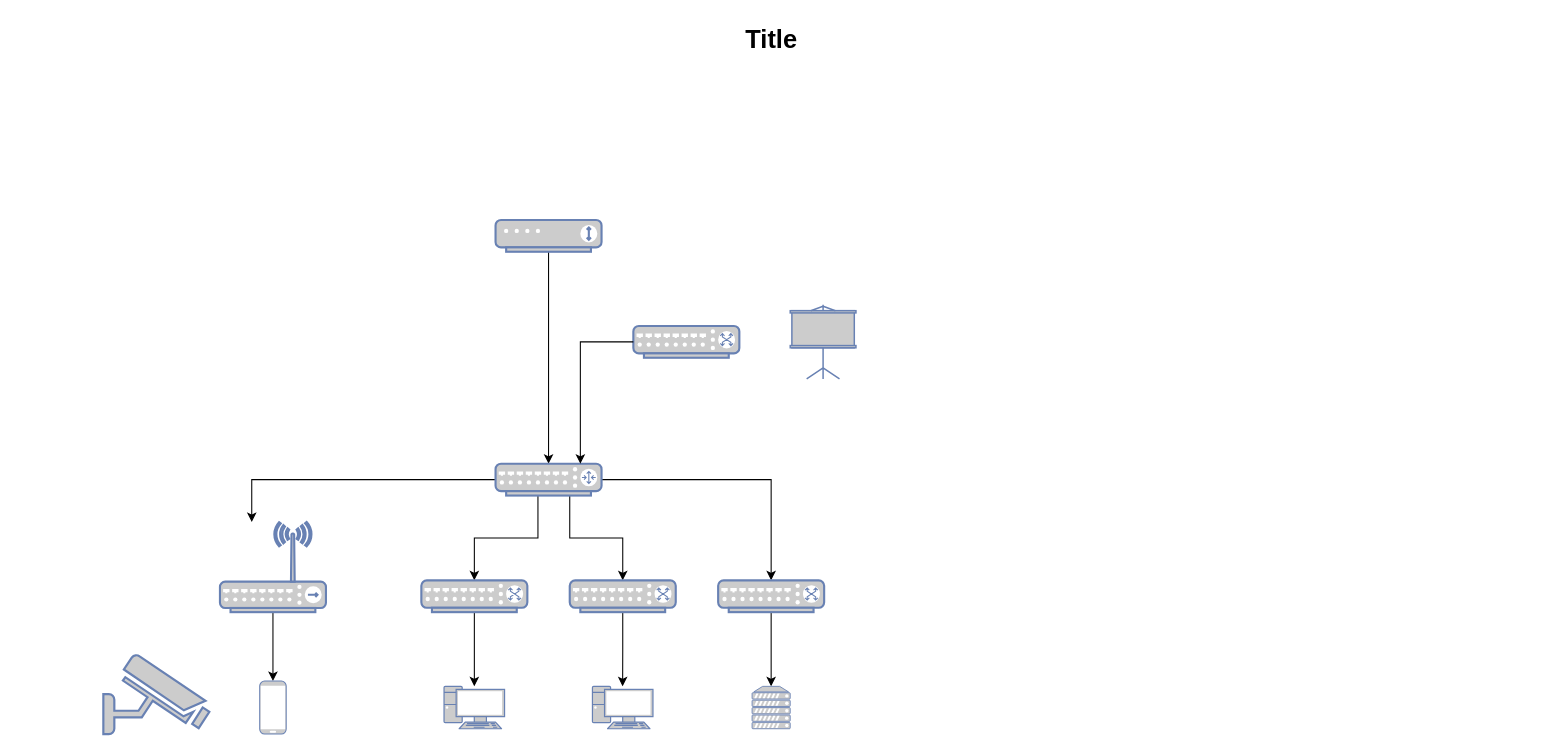
The draw.io diagram HomeTopology.drawio in DingJinlin/draw.io, before the edit. Source tidied: cells renumbered, new cells numbered last; positions are measured from the earlier drawing's top-left corner, leaving out a move shared by most shapes. Both pictures are drawn from the tidied source at 106%, with x=0, y=0 at pixel (18, 18).
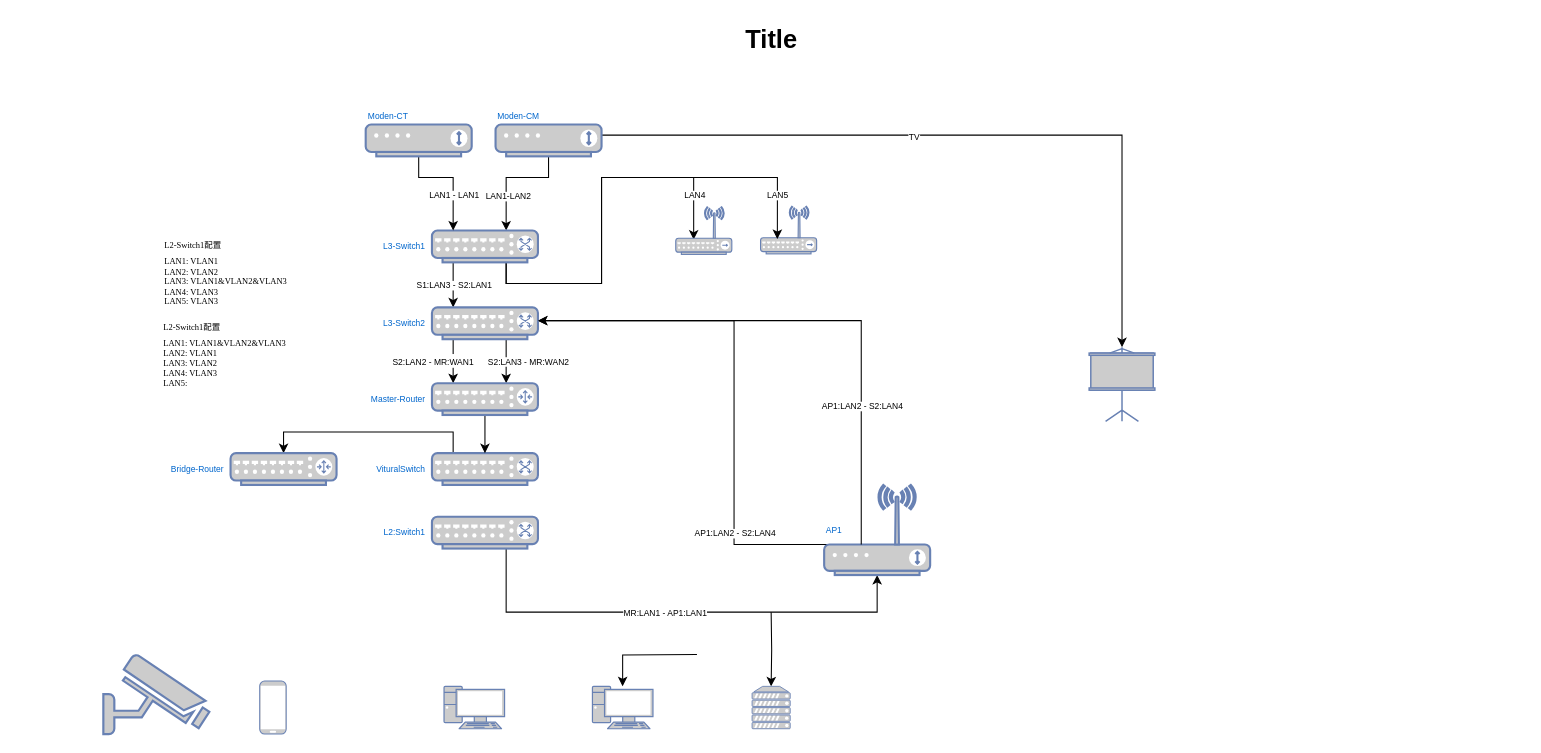
The same page after the edit.

Unchanged cells that the change refers to:
```xml
<mxCell id="5" style="fontColor=#0066CC;verticalAlign=top;verticalLabelPosition=bottom;labelPosition=center;align=center;html=1;outlineConnect=0;fillColor=#CCCCCC;strokeColor=#6881B3;gradientColor=none;gradientDirection=north;strokeWidth=2;shape=mxgraph.networks.pc;" parent="1" vertex="1">
  <mxGeometry x="401.4" y="630" width="57.1" height="40" as="geometry" />
</mxCell>
<mxCell id="16" style="fontColor=#0066CC;verticalAlign=top;verticalLabelPosition=bottom;labelPosition=center;align=center;html=1;outlineConnect=0;fillColor=#CCCCCC;strokeColor=#6881B3;gradientColor=none;gradientDirection=north;strokeWidth=2;shape=mxgraph.networks.server;" parent="1" vertex="1">
  <mxGeometry x="692" y="630" width="36" height="40" as="geometry" />
</mxCell>
<mxCell id="19" style="fontColor=#0066CC;verticalAlign=top;verticalLabelPosition=bottom;labelPosition=center;align=center;html=1;outlineConnect=0;fillColor=#CCCCCC;strokeColor=#6881B3;gradientColor=none;gradientDirection=north;strokeWidth=2;shape=mxgraph.networks.pc;" parent="1" vertex="1">
  <mxGeometry x="541.4" y="630" width="57.1" height="40" as="geometry" />
</mxCell>
<mxCell id="21" style="fontColor=#0066CC;verticalAlign=top;verticalLabelPosition=bottom;labelPosition=center;align=center;html=1;outlineConnect=0;fillColor=#CCCCCC;strokeColor=#6881B3;gradientColor=none;gradientDirection=north;strokeWidth=2;shape=mxgraph.networks.mobile;" parent="1" vertex="1">
  <mxGeometry x="227.5" y="625" width="25" height="50" as="geometry" />
</mxCell>
```

The edit, as a diff of the source:
```diff
@@
-    <mxCell id="3" style="edgeStyle=orthogonalEdgeStyle;rounded=0;jettySize=auto;html=1;" parent="1" edge="1" source="4" target="11">
-      <mxGeometry relative="1" as="geometry" />
-    </mxCell>
+    <mxCell id="26" style="edgeStyle=orthogonalEdgeStyle;rounded=0;jettySize=auto;html=1;" parent="1" edge="1" source="4" target="24">
+      <mxGeometry relative="1" as="geometry">
+        <Array as="points">
+          <mxPoint x="1041" y="110" />
+        </Array>
+      </mxGeometry>
+    </mxCell>
+    <mxCell id="27" value="TV" style="edgeLabel;html=1;align=center;verticalAlign=middle;fontSize=8;" parent="26" vertex="1">
+      <mxGeometry x="-0.15" y="-1" relative="1" as="geometry" />
+    </mxCell>
+    <mxCell id="28" style="edgeStyle=orthogonalEdgeStyle;rounded=0;jettySize=auto;html=1;" parent="1" edge="1" source="4" target="22">
+      <mxGeometry relative="1" as="geometry">
+        <Array as="points">
+          <mxPoint x="500" y="150" />
+          <mxPoint x="460" y="150" />
+        </Array>
+      </mxGeometry>
+    </mxCell>
+    <mxCell id="29" value="LAN1-LAN2" style="edgeLabel;html=1;align=center;verticalAlign=middle;fontSize=8;" parent="28" vertex="1">
+      <mxGeometry x="0.4" y="1" relative="1" as="geometry" />
+    </mxCell>
-    <mxCell id="4" style="fontColor=#0066CC;verticalAlign=top;verticalLabelPosition=bottom;labelPosition=center;align=center;html=1;outlineConnect=0;fillColor=#CCCCCC;strokeColor=#6881B3;gradientColor=none;gradientDirection=north;strokeWidth=2;shape=mxgraph.networks.modem;" parent="1" vertex="1">
-      <mxGeometry x="450" y="190" width="100" height="30" as="geometry" />
+    <mxCell id="4" value="Moden-CM" style="fontColor=#0066CC;verticalAlign=bottom;verticalLabelPosition=top;labelPosition=center;align=left;html=1;outlineConnect=0;fillColor=#CCCCCC;strokeColor=#6881B3;gradientColor=none;gradientDirection=north;strokeWidth=2;shape=mxgraph.networks.modem;fontSize=8;" parent="1" vertex="1">
+      <mxGeometry x="450" y="100" width="100" height="30" as="geometry" />
     </mxCell>
@@
-    <mxCell id="6" style="edgeStyle=orthogonalEdgeStyle;rounded=0;jettySize=auto;html=1;entryX=0.5;entryY=0;entryDx=0;entryDy=0;entryPerimeter=0;" parent="1" edge="1" source="11" target="13">
-      <mxGeometry relative="1" as="geometry">
-        <Array as="points">
-          <mxPoint x="490" y="490" />
-          <mxPoint x="430" y="490" />
-        </Array>
-      </mxGeometry>
-    </mxCell>
-    <mxCell id="7" style="edgeStyle=orthogonalEdgeStyle;rounded=0;jettySize=auto;html=1;" parent="1" edge="1" source="11" target="15">
-      <mxGeometry relative="1" as="geometry">
-        <Array as="points">
-          <mxPoint x="220" y="435" />
-        </Array>
-      </mxGeometry>
-    </mxCell>
-    <mxCell id="8" style="edgeStyle=orthogonalEdgeStyle;rounded=0;jettySize=auto;html=1;" parent="1" edge="1" source="20" target="16">
-      <mxGeometry relative="1" as="geometry" />
+    <mxCell id="8" style="edgeStyle=orthogonalEdgeStyle;rounded=0;jettySize=auto;html=1;" parent="1" edge="1" target="16">
+      <mxGeometry relative="1" as="geometry">
+        <mxPoint x="710" y="560" as="sourcePoint" />
+      </mxGeometry>
     </mxCell>
-    <mxCell id="9" style="edgeStyle=orthogonalEdgeStyle;rounded=0;jettySize=auto;html=1;" parent="1" edge="1" source="11" target="18">
-      <mxGeometry relative="1" as="geometry">
-        <Array as="points">
-          <mxPoint x="520" y="490" />
-          <mxPoint x="570" y="490" />
-        </Array>
-      </mxGeometry>
-    </mxCell>
-    <mxCell id="10" style="edgeStyle=orthogonalEdgeStyle;rounded=0;jettySize=auto;html=1;" parent="1" edge="1" source="11" target="20">
-      <mxGeometry relative="1" as="geometry" />
-    </mxCell>
-    <mxCell id="11" style="fontColor=#0066CC;verticalAlign=top;verticalLabelPosition=bottom;labelPosition=center;align=center;html=1;outlineConnect=0;fillColor=#CCCCCC;strokeColor=#6881B3;gradientColor=none;gradientDirection=north;strokeWidth=2;shape=mxgraph.networks.router;" parent="1" vertex="1">
-      <mxGeometry x="450" y="420" width="100" height="30" as="geometry" />
-    </mxCell>
-    <mxCell id="12" style="edgeStyle=orthogonalEdgeStyle;rounded=0;jettySize=auto;html=1;" parent="1" edge="1" source="13" target="5">
-      <mxGeometry relative="1" as="geometry" />
-    </mxCell>
-    <mxCell id="13" style="fontColor=#0066CC;verticalAlign=top;verticalLabelPosition=bottom;labelPosition=center;align=center;html=1;outlineConnect=0;fillColor=#CCCCCC;strokeColor=#6881B3;gradientColor=none;gradientDirection=north;strokeWidth=2;shape=mxgraph.networks.switch;" parent="1" vertex="1">
-      <mxGeometry x="380" y="530" width="100" height="30" as="geometry" />
-    </mxCell>
-    <mxCell id="14" style="edgeStyle=orthogonalEdgeStyle;rounded=0;jettySize=auto;html=1;" parent="1" edge="1" source="15" target="21">
-      <mxGeometry relative="1" as="geometry" />
-    </mxCell>
+    <mxCell id="30" style="edgeStyle=orthogonalEdgeStyle;rounded=0;jettySize=auto;html=1;" parent="1" edge="1" target="53">
+      <mxGeometry relative="1" as="geometry">
+        <mxPoint x="410" y="300" as="sourcePoint" />
+        <Array as="points">
+          <mxPoint x="410" y="320" />
+          <mxPoint x="410" y="320" />
+        </Array>
+      </mxGeometry>
+    </mxCell>
+    <mxCell id="31" value="&lt;font style=&quot;font-size: 8px;&quot;&gt;S2:LAN2 - MR:WAN1&lt;/font&gt;" style="edgeLabel;html=1;align=center;verticalAlign=middle;fontSize=11;" parent="30" vertex="1">
+      <mxGeometry x="-0.02" relative="1" as="geometry">
+        <mxPoint x="-20" as="offset" />
+      </mxGeometry>
+    </mxCell>
+    <mxCell id="32" style="edgeStyle=orthogonalEdgeStyle;rounded=0;jettySize=auto;html=1;" parent="1" edge="1" target="53">
+      <mxGeometry relative="1" as="geometry">
+        <mxPoint x="460" y="300" as="sourcePoint" />
+        <Array as="points">
+          <mxPoint x="460" y="310" />
+          <mxPoint x="460" y="310" />
+        </Array>
+      </mxGeometry>
+    </mxCell>
+    <mxCell id="33" value="S2:LAN3 - MR:WAN2" style="edgeLabel;html=1;align=center;verticalAlign=middle;fontSize=8;" parent="32" vertex="1">
+      <mxGeometry x="-0.1" y="1" relative="1" as="geometry">
+        <mxPoint x="19" y="3" as="offset" />
+      </mxGeometry>
+    </mxCell>
+    <mxCell id="34" style="edgeStyle=orthogonalEdgeStyle;rounded=0;jettySize=auto;html=1;exitX=0.35;exitY=0.66;exitDx=0;exitDy=0;exitPerimeter=0;" parent="1" edge="1" source="46" target="54">
+      <mxGeometry relative="1" as="geometry">
+        <Array as="points">
+          <mxPoint x="675" y="285" />
+        </Array>
+      </mxGeometry>
+    </mxCell>
+    <mxCell id="35" value="AP1:LAN2 - S2:LAN4" style="edgeLabel;html=1;align=center;verticalAlign=middle;fontSize=8;" parent="34" vertex="1">
+      <mxGeometry x="-0.52" relative="1" as="geometry">
+        <mxPoint y="-7" as="offset" />
+      </mxGeometry>
+    </mxCell>
+    <mxCell id="36" style="edgeStyle=orthogonalEdgeStyle;rounded=0;jettySize=auto;html=1;" parent="1" edge="1" source="56" target="46">
+      <mxGeometry relative="1" as="geometry">
+        <Array as="points">
+          <mxPoint x="460" y="560" />
+          <mxPoint x="810" y="560" />
+        </Array>
+      </mxGeometry>
+    </mxCell>
+    <mxCell id="37" value="MR:LAN1 - AP1:LAN1" style="edgeLabel;html=1;align=center;verticalAlign=middle;fontSize=8;" parent="36" vertex="1">
+      <mxGeometry x="0.01" relative="1" as="geometry">
+        <mxPoint x="-16" as="offset" />
+      </mxGeometry>
+    </mxCell>
-    <mxCell id="15" style="fontColor=#0066CC;verticalAlign=top;verticalLabelPosition=bottom;labelPosition=center;align=center;html=1;outlineConnect=0;fillColor=#CCCCCC;strokeColor=#6881B3;gradientColor=none;gradientDirection=north;strokeWidth=2;shape=mxgraph.networks.wireless_hub;" parent="1" vertex="1">
-      <mxGeometry x="190" y="475" width="100" height="85" as="geometry" />
+    <mxCell id="15" style="fontColor=#0066CC;verticalAlign=top;verticalLabelPosition=bottom;labelPosition=center;align=center;html=1;outlineConnect=0;fillColor=#CCCCCC;strokeColor=#6881B3;gradientColor=none;gradientDirection=north;strokeWidth=2;shape=mxgraph.networks.wireless_hub;points=[[0.02,0.94,0,0,0],[0.3,0.69,0,0,0],[0.5,1,0,0,0],[0.55,0,0,0,0],[0.82,0,0,0,0],[0.98,0.94,0,0,0],[1,0.7,0,0,0]];" parent="1" vertex="1">
+      <mxGeometry x="700" y="177" width="52.9" height="45" as="geometry" />
     </mxCell>
@@
-    <mxCell id="17" style="edgeStyle=orthogonalEdgeStyle;rounded=0;jettySize=auto;html=1;exitX=0.5;exitY=1;exitDx=0;exitDy=0;exitPerimeter=0;" parent="1" edge="1" source="18" target="19">
-      <mxGeometry relative="1" as="geometry" />
+    <mxCell id="17" style="edgeStyle=orthogonalEdgeStyle;rounded=0;jettySize=auto;html=1;" parent="1" edge="1" target="19">
+      <mxGeometry relative="1" as="geometry">
+        <mxPoint x="640" y="600" as="sourcePoint" />
+      </mxGeometry>
     </mxCell>
+    <mxCell id="38" style="edgeStyle=orthogonalEdgeStyle;rounded=0;jettySize=auto;html=1;" parent="1" edge="1" source="18" target="55">
+      <mxGeometry relative="1" as="geometry">
+        <Array as="points">
+          <mxPoint x="410" y="390" />
+          <mxPoint x="250" y="390" />
+        </Array>
+      </mxGeometry>
+    </mxCell>
-    <mxCell id="18" style="fontColor=#0066CC;verticalAlign=top;verticalLabelPosition=bottom;labelPosition=center;align=center;html=1;outlineConnect=0;fillColor=#CCCCCC;strokeColor=#6881B3;gradientColor=none;gradientDirection=north;strokeWidth=2;shape=mxgraph.networks.switch;" parent="1" vertex="1">
-      <mxGeometry x="520" y="530" width="100" height="30" as="geometry" />
+    <mxCell id="18" value="VituralSwitch" style="fontColor=#0066CC;verticalAlign=middle;verticalLabelPosition=middle;labelPosition=left;align=right;html=1;outlineConnect=0;fillColor=#CCCCCC;strokeColor=#6881B3;gradientColor=none;gradientDirection=north;strokeWidth=2;shape=mxgraph.networks.switch;fontSize=8;spacingRight=5;" parent="1" vertex="1">
+      <mxGeometry x="390" y="410" width="100" height="30" as="geometry" />
     </mxCell>
@@
-    <mxCell id="20" style="fontColor=#0066CC;verticalAlign=top;verticalLabelPosition=bottom;labelPosition=center;align=center;html=1;outlineConnect=0;fillColor=#CCCCCC;strokeColor=#6881B3;gradientColor=none;gradientDirection=north;strokeWidth=2;shape=mxgraph.networks.switch;" parent="1" vertex="1">
-      <mxGeometry x="660" y="530" width="100" height="30" as="geometry" />
-    </mxCell>
@@
+    <mxCell id="39" style="edgeStyle=orthogonalEdgeStyle;rounded=0;jettySize=auto;html=1;entryX=0.32;entryY=0.69;entryDx=0;entryDy=0;entryPerimeter=0;" parent="1" edge="1" source="22" target="45">
+      <mxGeometry relative="1" as="geometry">
+        <Array as="points">
+          <mxPoint x="460" y="250" />
+          <mxPoint x="550" y="250" />
+          <mxPoint x="550" y="150" />
+          <mxPoint x="637" y="150" />
+        </Array>
+      </mxGeometry>
+    </mxCell>
+    <mxCell id="40" value="LAN4" style="edgeLabel;html=1;align=center;verticalAlign=middle;fontSize=8;" parent="39" vertex="1">
+      <mxGeometry x="0.72" y="1" relative="1" as="geometry">
+        <mxPoint y="7" as="offset" />
+      </mxGeometry>
+    </mxCell>
+    <mxCell id="41" style="edgeStyle=orthogonalEdgeStyle;rounded=0;jettySize=auto;html=1;entryX=0.3;entryY=0.69;entryDx=0;entryDy=0;entryPerimeter=0;" parent="1" edge="1" source="22" target="15">
+      <mxGeometry relative="1" as="geometry">
+        <Array as="points">
+          <mxPoint x="460" y="250" />
+          <mxPoint x="550" y="250" />
+          <mxPoint x="550" y="150" />
+          <mxPoint x="716" y="150" />
+        </Array>
+      </mxGeometry>
+    </mxCell>
+    <mxCell id="42" value="LAN5" style="edgeLabel;html=1;align=center;verticalAlign=middle;fontSize=8;" parent="41" vertex="1">
+      <mxGeometry x="0.8" relative="1" as="geometry">
+        <mxPoint y="1" as="offset" />
+      </mxGeometry>
+    </mxCell>
+    <mxCell id="43" style="edgeStyle=orthogonalEdgeStyle;rounded=0;jettySize=auto;html=1;" parent="1" edge="1" source="22" target="54">
+      <mxGeometry relative="1" as="geometry">
+        <Array as="points">
+          <mxPoint x="410" y="250" />
+          <mxPoint x="410" y="250" />
+        </Array>
+      </mxGeometry>
+    </mxCell>
+    <mxCell id="44" value="S1:LAN3 - S2:LAN1" style="edgeLabel;html=1;align=center;verticalAlign=middle;fontSize=8;" parent="43" vertex="1">
+      <mxGeometry x="-0.04" y="1" relative="1" as="geometry">
+        <mxPoint x="-1" y="1" as="offset" />
+      </mxGeometry>
+    </mxCell>
-    <mxCell id="22" style="fontColor=#0066CC;verticalAlign=top;verticalLabelPosition=bottom;labelPosition=center;align=center;html=1;outlineConnect=0;fillColor=#CCCCCC;strokeColor=#6881B3;gradientColor=none;gradientDirection=north;strokeWidth=2;shape=mxgraph.networks.switch;" parent="1" vertex="1">
-      <mxGeometry x="580" y="290" width="100" height="30" as="geometry" />
+    <mxCell id="22" value="L3-Switch1" style="fontColor=#0066CC;verticalAlign=middle;verticalLabelPosition=middle;labelPosition=left;align=right;html=1;outlineConnect=0;fillColor=#CCCCCC;strokeColor=#6881B3;gradientColor=none;gradientDirection=north;strokeWidth=2;shape=mxgraph.networks.switch;fontSize=8;spacingLeft=0;spacingRight=5;" parent="1" vertex="1">
+      <mxGeometry x="390" y="200" width="100" height="30" as="geometry" />
     </mxCell>
@@
     <mxCell id="24" style="fontColor=#0066CC;verticalAlign=top;verticalLabelPosition=bottom;labelPosition=center;align=center;html=1;outlineConnect=0;fillColor=#CCCCCC;strokeColor=#6881B3;gradientColor=none;gradientDirection=north;strokeWidth=2;shape=mxgraph.networks.video_projector_screen;" parent="1" vertex="1">
-      <mxGeometry x="728" y="270" width="62" height="70" as="geometry" />
+      <mxGeometry x="1010" y="310" width="62" height="70" as="geometry" />
     </mxCell>
-    <mxCell id="25" style="edgeStyle=orthogonalEdgeStyle;rounded=0;jettySize=auto;html=1;" parent="1" edge="1" source="22" target="11">
-      <mxGeometry relative="1" as="geometry">
-        <Array as="points">
-          <mxPoint x="530" y="370" />
-          <mxPoint x="530" y="370" />
-        </Array>
-      </mxGeometry>
-    </mxCell>
+    <mxCell id="45" style="fontColor=#0066CC;verticalAlign=top;verticalLabelPosition=bottom;labelPosition=center;align=center;html=1;outlineConnect=0;fillColor=#CCCCCC;strokeColor=#6881B3;gradientColor=none;gradientDirection=north;strokeWidth=2;shape=mxgraph.networks.wireless_hub;points=[[0,0.7,0,0,0],[0.02,0.94,0,0,0],[0.32,0.69,0,0,0],[0.5,1,0,0,0],[0.55,0,0,0,0],[0.82,0,0,0,0],[0.98,0.94,0,0,0],[1,0.7,0,0,0]];" parent="1" vertex="1">
+      <mxGeometry x="620" y="177.5" width="52.9" height="45" as="geometry" />
+    </mxCell>
+    <mxCell id="46" value="AP1" style="fontColor=#0066CC;verticalAlign=middle;verticalLabelPosition=middle;labelPosition=center;align=left;html=1;outlineConnect=0;fillColor=#CCCCCC;strokeColor=#6881B3;gradientColor=none;gradientDirection=north;strokeWidth=2;shape=mxgraph.networks.wireless_modem;spacingRight=5;spacingBottom=0;spacingTop=0;fontSize=8;points=[[0.35,0.66,0,0,0]];" parent="1" vertex="1">
+      <mxGeometry x="760" y="440" width="100" height="85" as="geometry" />
+    </mxCell>
+    <mxCell id="47" style="edgeStyle=orthogonalEdgeStyle;rounded=0;jettySize=auto;html=1;" parent="1" edge="1" source="49" target="22">
+      <mxGeometry relative="1" as="geometry">
+        <Array as="points">
+          <mxPoint x="378" y="150" />
+          <mxPoint x="410" y="150" />
+        </Array>
+      </mxGeometry>
+    </mxCell>
+    <mxCell id="48" value="LAN1 - LAN1" style="edgeLabel;html=1;align=center;verticalAlign=middle;fontSize=8;" parent="47" vertex="1">
+      <mxGeometry x="0.35" relative="1" as="geometry" />
+    </mxCell>
+    <mxCell id="49" value="Moden-CT" style="fontColor=#0066CC;verticalAlign=bottom;verticalLabelPosition=top;labelPosition=center;align=left;html=1;outlineConnect=0;fillColor=#CCCCCC;strokeColor=#6881B3;gradientColor=none;gradientDirection=north;strokeWidth=2;shape=mxgraph.networks.modem;fontSize=8;" parent="1" vertex="1">
+      <mxGeometry x="327.5" y="100" width="100" height="30" as="geometry" />
+    </mxCell>
+    <mxCell id="50" value="&lt;h1 style=&quot;font-size: 8px;&quot;&gt;&lt;span style=&quot;background-color: initial; font-weight: normal;&quot;&gt;L2-Switch1配置&lt;/span&gt;&lt;/h1&gt;&lt;div&gt;LAN1: VLAN1&lt;/div&gt;&lt;div&gt;LAN2: VLAN2&lt;br&gt;&lt;/div&gt;&lt;div&gt;LAN3: VLAN1&amp;amp;VLAN2&amp;amp;VLAN3&lt;/div&gt;&lt;div&gt;LAN4: VLAN3&lt;/div&gt;&lt;div&gt;LAN5: VLAN3&lt;br&gt;&lt;/div&gt;" style="text;html=1;strokeColor=none;fillColor=none;spacing=0;spacingTop=-20;whiteSpace=wrap;overflow=hidden;rounded=0;fontSize=8;verticalAlign=bottom;fontStyle=0;fontFamily=Garamond;" parent="1" vertex="1">
+      <mxGeometry x="137.5" y="222.5" width="152.5" height="50" as="geometry" />
+    </mxCell>
+    <mxCell id="51" value="&lt;h1 style=&quot;font-size: 8px;&quot;&gt;&lt;span style=&quot;background-color: initial; font-weight: normal;&quot;&gt;L2-Switch1配置&lt;/span&gt;&lt;/h1&gt;&lt;div&gt;LAN1: VLAN1&amp;amp;VLAN2&amp;amp;VLAN3&lt;/div&gt;&lt;div&gt;LAN2: VLAN1&lt;br&gt;&lt;/div&gt;&lt;div&gt;LAN3: VLAN2&lt;/div&gt;&lt;div&gt;LAN4: VLAN3&lt;/div&gt;&lt;div&gt;LAN5:&amp;nbsp;&lt;/div&gt;" style="text;html=1;strokeColor=none;fillColor=none;spacing=0;spacingTop=-20;whiteSpace=wrap;overflow=hidden;rounded=0;fontSize=8;verticalAlign=bottom;fontStyle=0;fontFamily=Garamond;" parent="1" vertex="1">
+      <mxGeometry x="136.5" y="300" width="152.5" height="50" as="geometry" />
+    </mxCell>
+    <mxCell id="52" style="edgeStyle=orthogonalEdgeStyle;rounded=0;jettySize=auto;html=1;" parent="1" edge="1" source="53" target="18">
+      <mxGeometry relative="1" as="geometry" />
+    </mxCell>
+    <mxCell id="53" value="Master-Router" style="fontColor=#0066CC;verticalAlign=middle;verticalLabelPosition=middle;labelPosition=left;align=right;html=1;outlineConnect=0;fillColor=#CCCCCC;strokeColor=#6881B3;gradientColor=none;gradientDirection=north;strokeWidth=2;shape=mxgraph.networks.router;fontSize=8;spacingRight=5;" parent="1" vertex="1">
+      <mxGeometry x="390" y="344" width="100" height="30" as="geometry" />
+    </mxCell>
+    <mxCell id="54" value="L3-Switch2" style="fontColor=#0066CC;verticalAlign=middle;verticalLabelPosition=middle;labelPosition=left;align=right;html=1;outlineConnect=0;fillColor=#CCCCCC;strokeColor=#6881B3;gradientColor=none;gradientDirection=north;strokeWidth=2;shape=mxgraph.networks.switch;fontSize=8;spacingRight=5;" parent="1" vertex="1">
+      <mxGeometry x="390" y="272.5" width="100" height="30" as="geometry" />
+    </mxCell>
+    <mxCell id="55" value="Bridge-Router" style="fontColor=#0066CC;verticalAlign=middle;verticalLabelPosition=middle;labelPosition=left;align=right;html=1;outlineConnect=0;fillColor=#CCCCCC;strokeColor=#6881B3;gradientColor=none;gradientDirection=north;strokeWidth=2;shape=mxgraph.networks.router;fontSize=8;spacingRight=5;" parent="1" vertex="1">
+      <mxGeometry x="200" y="410" width="100" height="30" as="geometry" />
+    </mxCell>
+    <mxCell id="56" value="L2:Switch1" style="fontColor=#0066CC;verticalAlign=middle;verticalLabelPosition=middle;labelPosition=left;align=right;html=1;outlineConnect=0;fillColor=#CCCCCC;strokeColor=#6881B3;gradientColor=none;gradientDirection=north;strokeWidth=2;shape=mxgraph.networks.switch;fontSize=8;spacingRight=5;" parent="1" vertex="1">
+      <mxGeometry x="390" y="470" width="100" height="30" as="geometry" />
+    </mxCell>
+    <mxCell id="57" style="edgeStyle=orthogonalEdgeStyle;rounded=0;jettySize=auto;html=1;exitX=0.35;exitY=0.66;exitDx=0;exitDy=0;exitPerimeter=0;" parent="1" edge="1" source="46" target="54">
+      <mxGeometry relative="1" as="geometry">
+        <Array as="points">
+          <mxPoint x="795" y="285" />
+        </Array>
+      </mxGeometry>
+    </mxCell>
+    <mxCell id="58" value="AP1:LAN2 - S2:LAN4" style="edgeLabel;html=1;align=center;verticalAlign=middle;fontSize=8;" parent="57" vertex="1">
+      <mxGeometry x="-0.52" relative="1" as="geometry">
+        <mxPoint y="-7" as="offset" />
+      </mxGeometry>
+    </mxCell>
```
